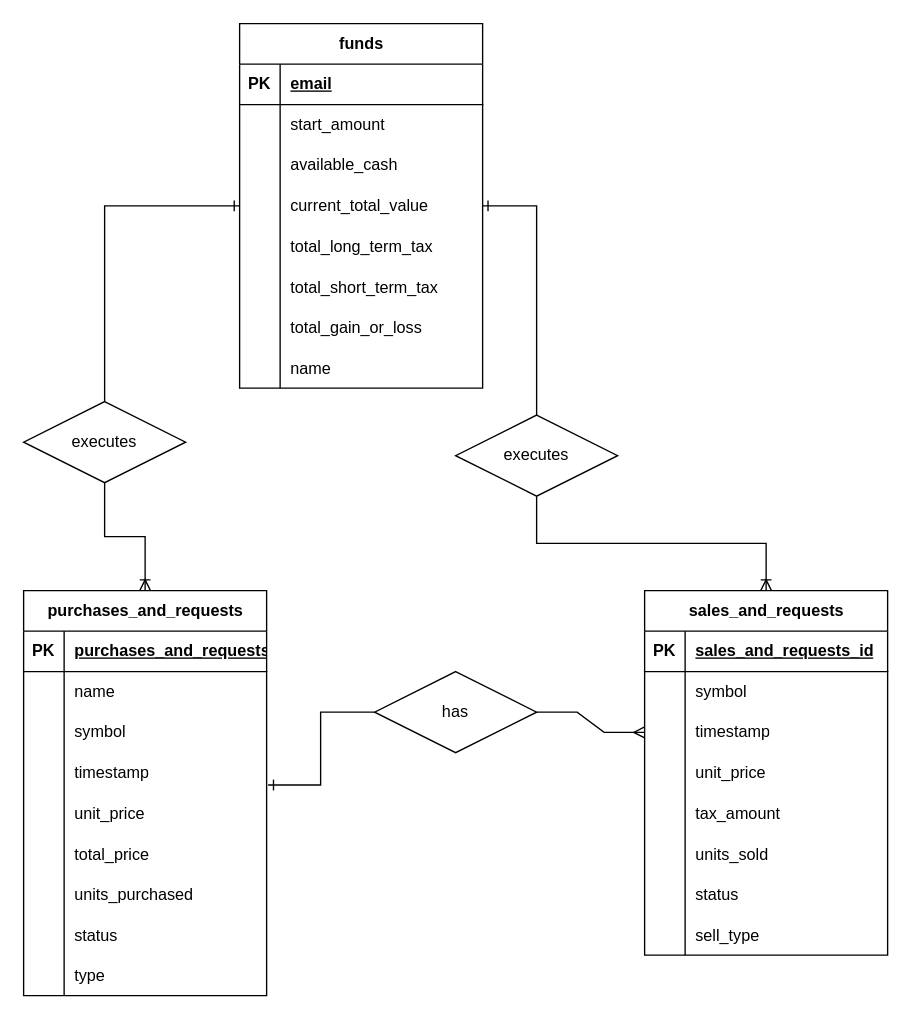
sagnikbanerjee15/indian_stock_market_simulator keeps this draw.io diagram as EERD.drawio. Above is the earlier version. Source tidied: cells renumbered, new cells numbered last; positions are measured from the earlier drawing's top-left corner, leaving out a move shared by most shapes. Both pictures are drawn from the tidied source at 135%, with x=0, y=0 at pixel (23, 23).
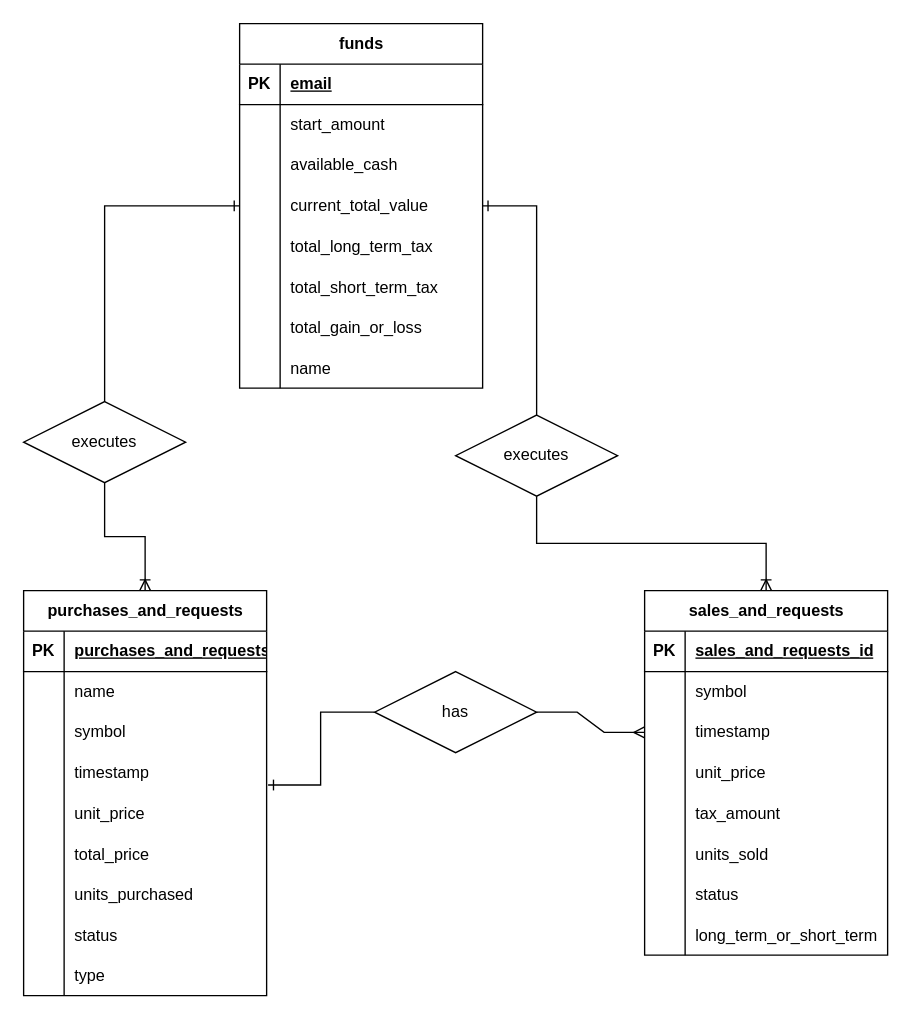
After the change.

Unchanged cells that the change refers to:
```xml
<mxCell id="77" style="shape=tableRow;horizontal=0;startSize=0;swimlaneHead=0;swimlaneBody=0;fillColor=none;top=0;left=0;right=0;bottom=0;" parent="55" vertex="1">
  <mxGeometry y="240" width="180" height="30" as="geometry" />
</mxCell>
```

What changed in the source:
```diff
@@
-    <mxCell id="79" value="sell_type" style="shape=partialRectangle;fillColor=none;top=0;left=0;bottom=0;right=0;align=left;spacingLeft=6;overflow=hidden;" parent="77" vertex="1">
+    <mxCell id="79" value="long_term_or_short_term" style="shape=partialRectangle;fillColor=none;top=0;left=0;bottom=0;right=0;align=left;spacingLeft=6;overflow=hidden;" parent="77" vertex="1">
       <mxGeometry x="30" width="150" height="30" as="geometry" />
     </mxCell>
```
